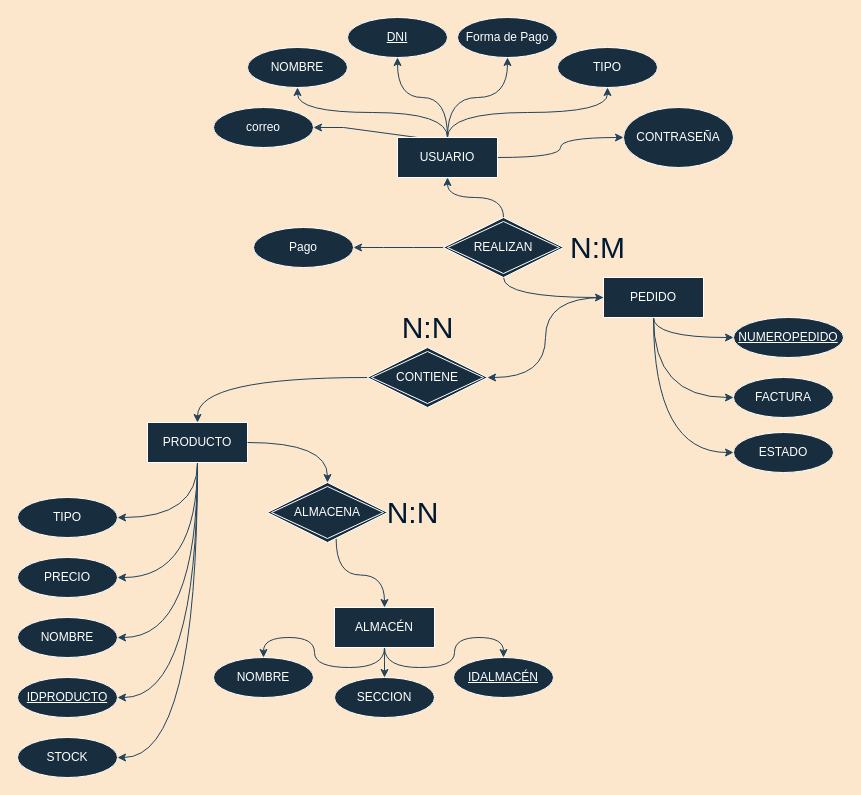
The draw.io diagram La Estanteria entidadrelacion.drawio in joeljnq/laEstanteria, before the edit. Source tidied: cells renumbered, new cells numbered last; positions are measured from the earlier drawing's top-left corner, leaving out a move shared by most shapes. Both pictures are drawn from the tidied source at 100%, with x=0, y=0 at pixel (17, 17).
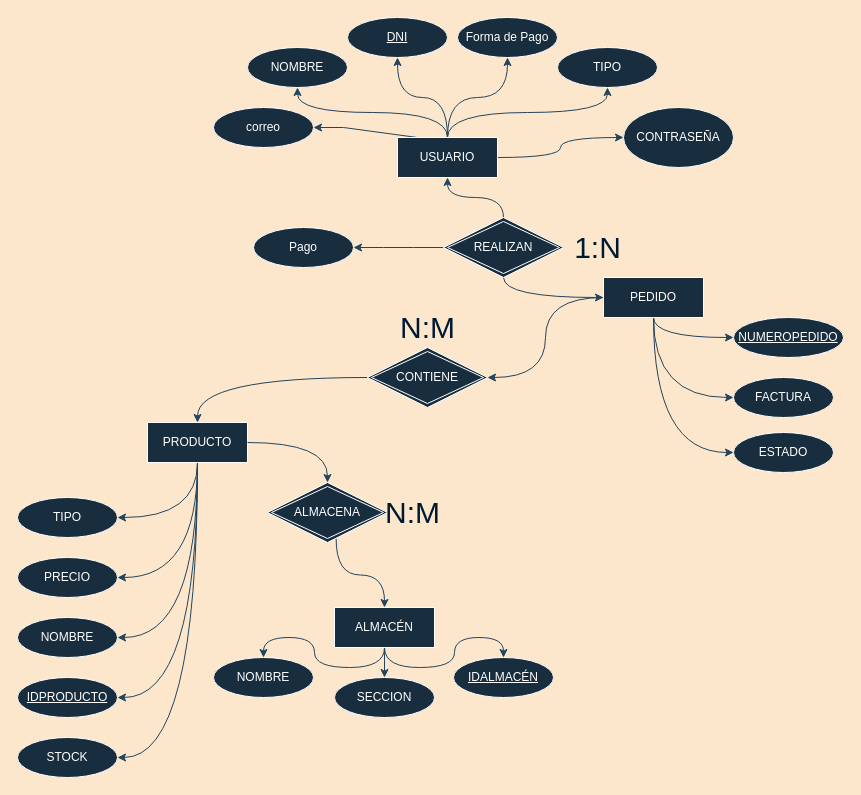
Above is the later version.

Change to the diagram source:
```diff
@@
-    <mxCell id="47" value="&lt;font style=&quot;font-size: 30px;&quot;&gt;N:N&lt;/font&gt;" style="text;html=1;align=center;verticalAlign=middle;strokeColor=none;fillColor=none;fontColor=#001933;" parent="1" vertex="1">
+    <mxCell id="47" value="&lt;font style=&quot;font-size: 30px;&quot;&gt;N:M&lt;/font&gt;" style="text;html=1;align=center;verticalAlign=middle;strokeColor=none;fillColor=none;fontColor=#001933;" parent="1" vertex="1">
       <mxGeometry x="355" y="470" width="80" height="50" as="geometry" />
     </mxCell>
-    <mxCell id="48" value="N:N" style="text;html=1;align=center;verticalAlign=middle;strokeColor=none;fillColor=none;fontColor=#001933;fontSize=30;" parent="1" vertex="1">
+    <mxCell id="48" value="N:M" style="text;html=1;align=center;verticalAlign=middle;strokeColor=none;fillColor=none;fontColor=#001933;fontSize=30;" parent="1" vertex="1">
       <mxGeometry x="370" y="285" width="80" height="50" as="geometry" />
     </mxCell>
-    <mxCell id="49" value="N:M" style="text;html=1;align=center;verticalAlign=middle;strokeColor=none;fillColor=none;fontSize=30;fontColor=#001933;" parent="1" vertex="1">
-      <mxGeometry x="540" y="205" width="80" height="50" as="geometry" />
+    <mxCell id="49" value="1:N" style="text;html=1;align=center;verticalAlign=middle;strokeColor=none;fillColor=none;fontSize=30;fontColor=#001933;" parent="1" vertex="1">
+      <mxGeometry x="545" y="205" width="70" height="50" as="geometry" />
     </mxCell>
```
